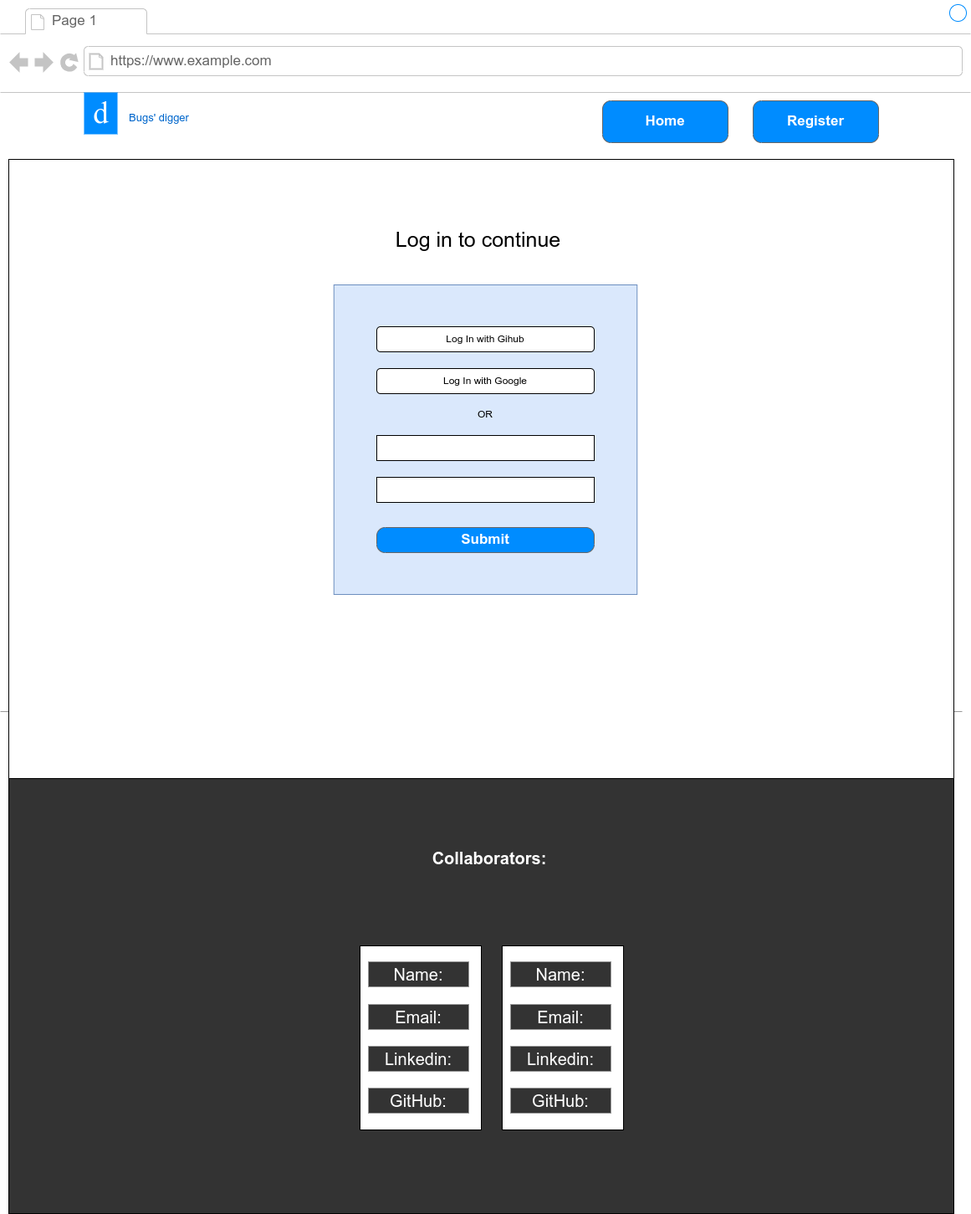
Above: documentation/wireframes/login_page.png in IuliiaKonovalova/issue_tracker (draw.io), before the change. Source tidied: cells renumbered, new cells last; positions are measured from the earlier drawing's top-left corner, leaving out a move shared by most shapes.
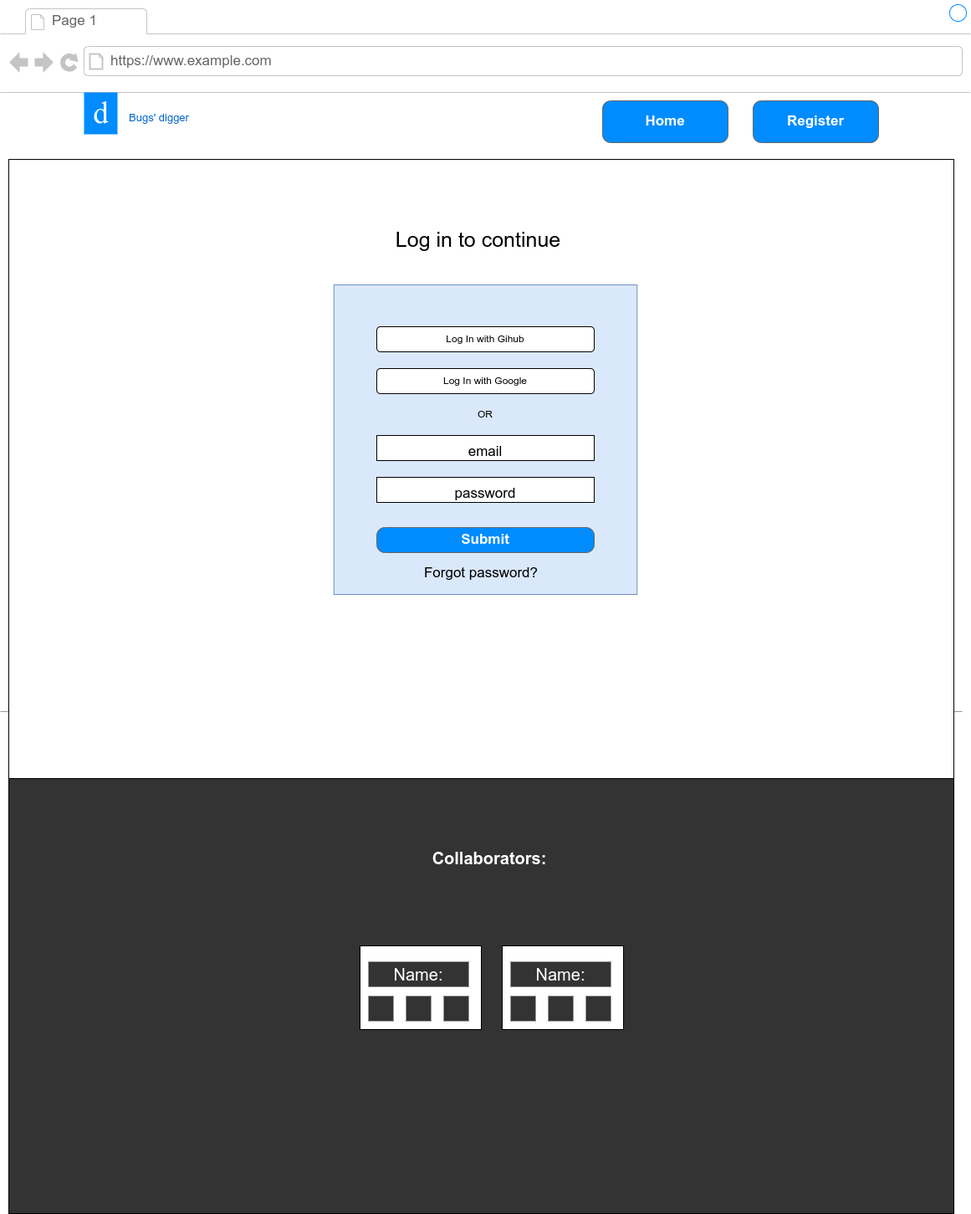
After the commit.

Change to the diagram source:
```diff
@@ -21,7 +21,7 @@
       <mxGeometry y="840" width="1150" height="20" as="geometry" />
     </mxCell>
     <mxCell id="8" style="shape=rect;fillColor=#ffffff;strokeColor=#000000;shadow=0;fontSize=13;fontColor=#0066CC;" parent="2" vertex="1">
-      <mxGeometry x="430" y="1130" width="145" height="220" as="geometry" />
+      <mxGeometry x="430" y="1130" width="145" height="100" as="geometry" />
     </mxCell>
     <mxCell id="9" value="d" style="text;html=1;align=center;verticalAlign=middle;fontSize=37;fontFamily=Tahoma;fillColor=#008CFF;fontColor=#FFFFFF;" parent="2" vertex="1">
       <mxGeometry x="100" y="110" width="40" height="50" as="geometry" />
@@ -41,7 +41,7 @@
     <mxCell id="14" value="&lt;font style=&quot;font-size: 25px&quot;&gt;Log in to continue&amp;nbsp;&lt;/font&gt;" style="text;html=1;strokeColor=none;fillColor=none;align=center;verticalAlign=middle;whiteSpace=wrap;rounded=0;" parent="2" vertex="1">
       <mxGeometry x="455" y="270" width="240" height="30" as="geometry" />
     </mxCell>
-    <mxCell id="15" style="rounded=0;whiteSpace=wrap;html=1;fontSize=25;" parent="2" vertex="1">
+    <mxCell id="15" value="&lt;span style=&quot;font-size: 17px&quot;&gt;email&lt;/span&gt;" style="rounded=0;whiteSpace=wrap;html=1;fontSize=25;" parent="2" vertex="1">
       <mxGeometry x="450" y="520" width="260" height="30" as="geometry" />
     </mxCell>
     <mxCell id="16" value="Submit" style="strokeWidth=1;shadow=0;dashed=0;align=center;html=1;shape=mxgraph.mockup.buttons.button;strokeColor=#666666;fontColor=#ffffff;mainText=;buttonStyle=round;fontSize=17;fontStyle=1;fillColor=#008cff;whiteSpace=wrap;" parent="2" vertex="1">
@@ -62,32 +62,35 @@
     <mxCell id="21" value="Name:" style="text;html=1;strokeColor=none;fillColor=#333333;align=center;verticalAlign=middle;whiteSpace=wrap;rounded=0;fontSize=20;fontColor=#FFFFFF;" parent="2" vertex="1">
       <mxGeometry x="440" y="1149" width="120" height="30" as="geometry" />
     </mxCell>
-    <mxCell id="22" value="Email:" style="text;html=1;strokeColor=none;fillColor=#333333;align=center;verticalAlign=middle;whiteSpace=wrap;rounded=0;fontSize=20;fontColor=#FFFFFF;" parent="2" vertex="1">
-      <mxGeometry x="440" y="1200" width="120" height="30" as="geometry" />
-    </mxCell>
-    <mxCell id="23" value="Linkedin:" style="text;html=1;strokeColor=none;fillColor=#333333;align=center;verticalAlign=middle;whiteSpace=wrap;rounded=0;fontSize=20;fontColor=#FFFFFF;" parent="2" vertex="1">
-      <mxGeometry x="440" y="1250" width="120" height="30" as="geometry" />
-    </mxCell>
-    <mxCell id="24" value="GitHub:" style="text;html=1;strokeColor=none;fillColor=#333333;align=center;verticalAlign=middle;whiteSpace=wrap;rounded=0;fontSize=20;fontColor=#FFFFFF;" parent="2" vertex="1">
-      <mxGeometry x="440" y="1300" width="120" height="30" as="geometry" />
-    </mxCell>
     <mxCell id="25" style="shape=rect;fillColor=#ffffff;strokeColor=#000000;shadow=0;fontSize=13;fontColor=#0066CC;" parent="2" vertex="1">
-      <mxGeometry x="600" y="1130" width="145" height="220" as="geometry" />
+      <mxGeometry x="600" y="1130" width="145" height="100" as="geometry" />
     </mxCell>
     <mxCell id="26" value="Name:" style="text;html=1;strokeColor=none;fillColor=#333333;align=center;verticalAlign=middle;whiteSpace=wrap;rounded=0;fontSize=20;fontColor=#FFFFFF;" parent="2" vertex="1">
       <mxGeometry x="610" y="1149" width="120" height="30" as="geometry" />
     </mxCell>
-    <mxCell id="27" value="Email:" style="text;html=1;strokeColor=none;fillColor=#333333;align=center;verticalAlign=middle;whiteSpace=wrap;rounded=0;fontSize=20;fontColor=#FFFFFF;" parent="2" vertex="1">
-      <mxGeometry x="610" y="1200" width="120" height="30" as="geometry" />
-    </mxCell>
-    <mxCell id="28" value="Linkedin:" style="text;html=1;strokeColor=none;fillColor=#333333;align=center;verticalAlign=middle;whiteSpace=wrap;rounded=0;fontSize=20;fontColor=#FFFFFF;" parent="2" vertex="1">
-      <mxGeometry x="610" y="1250" width="120" height="30" as="geometry" />
-    </mxCell>
-    <mxCell id="29" value="GitHub:" style="text;html=1;strokeColor=none;fillColor=#333333;align=center;verticalAlign=middle;whiteSpace=wrap;rounded=0;fontSize=20;fontColor=#FFFFFF;" parent="2" vertex="1">
-      <mxGeometry x="610" y="1300" width="120" height="30" as="geometry" />
-    </mxCell>
-    <mxCell id="30" style="rounded=0;whiteSpace=wrap;html=1;fontSize=25;" parent="2" vertex="1">
+    <mxCell id="30" value="&lt;span style=&quot;font-size: 17px&quot;&gt;password&lt;/span&gt;" style="rounded=0;whiteSpace=wrap;html=1;fontSize=25;" parent="2" vertex="1">
       <mxGeometry x="450" y="570" width="260" height="30" as="geometry" />
     </mxCell>
+    <mxCell id="31" style="text;html=1;strokeColor=none;fillColor=#333333;align=center;verticalAlign=middle;whiteSpace=wrap;rounded=0;fontSize=20;fontColor=#FFFFFF;" parent="2" vertex="1">
+      <mxGeometry x="700" y="1190" width="30" height="30" as="geometry" />
+    </mxCell>
+    <mxCell id="32" style="text;html=1;strokeColor=none;fillColor=#333333;align=center;verticalAlign=middle;whiteSpace=wrap;rounded=0;fontSize=20;fontColor=#FFFFFF;" parent="2" vertex="1">
+      <mxGeometry x="610" y="1190" width="30" height="30" as="geometry" />
+    </mxCell>
+    <mxCell id="33" style="text;html=1;strokeColor=none;fillColor=#333333;align=center;verticalAlign=middle;whiteSpace=wrap;rounded=0;fontSize=20;fontColor=#FFFFFF;" parent="2" vertex="1">
+      <mxGeometry x="655" y="1190" width="30" height="30" as="geometry" />
+    </mxCell>
+    <mxCell id="34" style="text;html=1;strokeColor=none;fillColor=#333333;align=center;verticalAlign=middle;whiteSpace=wrap;rounded=0;fontSize=20;fontColor=#FFFFFF;" parent="2" vertex="1">
+      <mxGeometry x="530" y="1190" width="30" height="30" as="geometry" />
+    </mxCell>
+    <mxCell id="35" style="text;html=1;strokeColor=none;fillColor=#333333;align=center;verticalAlign=middle;whiteSpace=wrap;rounded=0;fontSize=20;fontColor=#FFFFFF;" parent="2" vertex="1">
+      <mxGeometry x="440" y="1190" width="30" height="30" as="geometry" />
+    </mxCell>
+    <mxCell id="36" style="text;html=1;strokeColor=none;fillColor=#333333;align=center;verticalAlign=middle;whiteSpace=wrap;rounded=0;fontSize=20;fontColor=#FFFFFF;" parent="2" vertex="1">
+      <mxGeometry x="485" y="1190" width="30" height="30" as="geometry" />
+    </mxCell>
+    <mxCell id="37" value="Forgot password?" style="text;html=1;strokeColor=none;fillColor=none;align=center;verticalAlign=middle;whiteSpace=wrap;rounded=0;fontSize=17;" parent="2" vertex="1">
+      <mxGeometry x="500" y="670" width="150" height="30" as="geometry" />
+    </mxCell>
   </root>
 </mxGraphModel>
```
